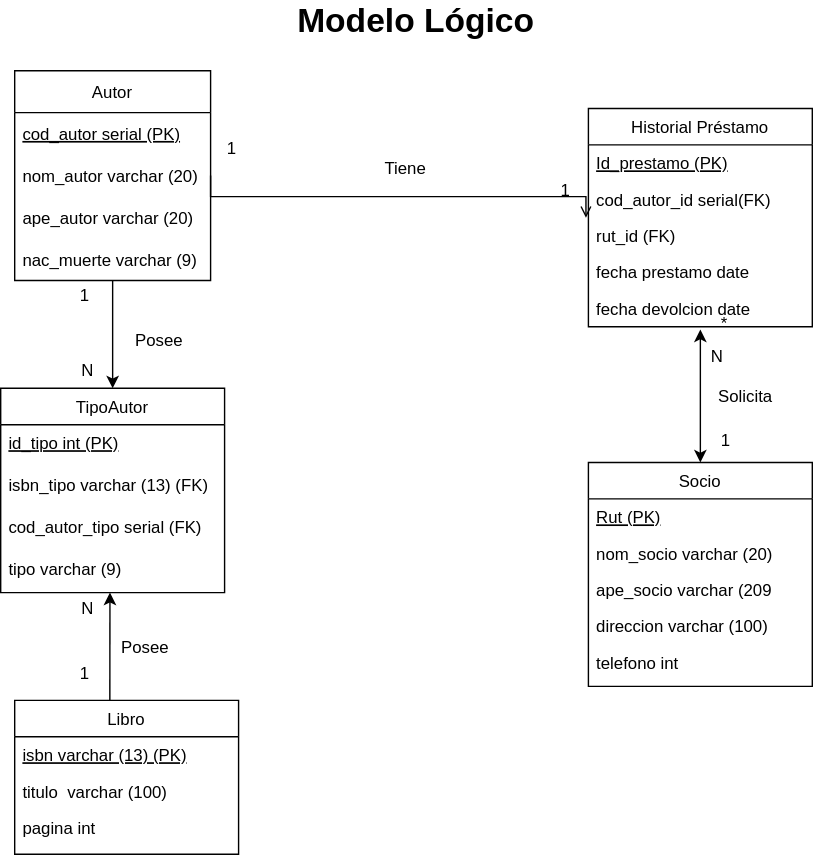
This is Modelo logico.drawio.svg from FranSantander/-Biblioteca, a draw.io export, as it was before one commit. Source tidied: cells renumbered, new cells last; positions are measured from the earlier drawing's top-left corner, leaving out a move shared by most shapes.
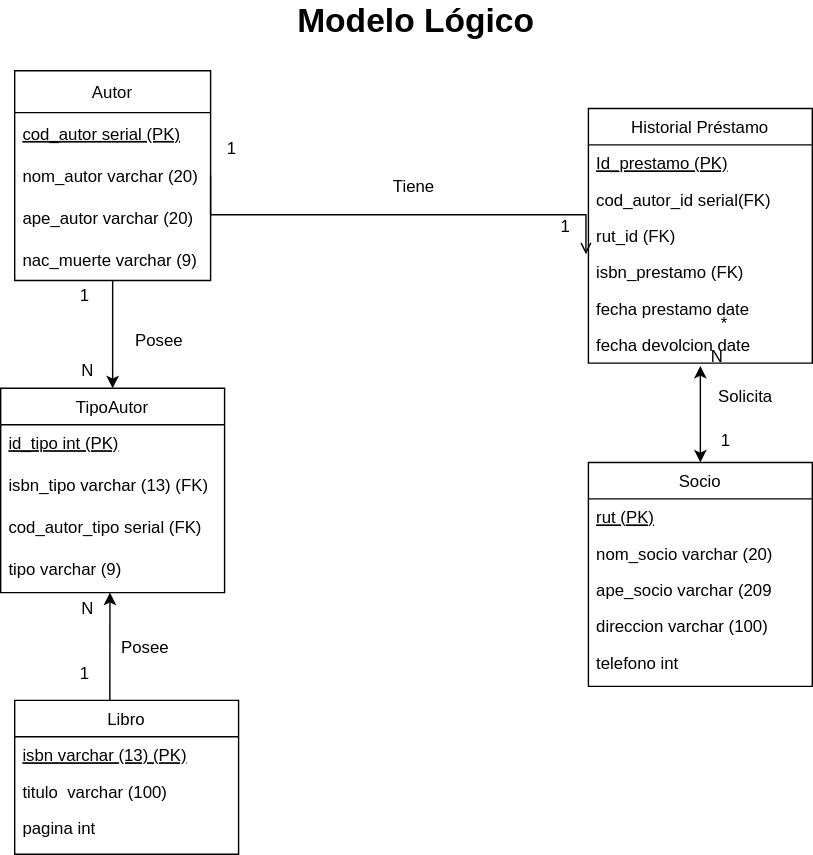
After the change.

Diff of the diagram source:
```diff
@@ -3,7 +3,7 @@
     <mxCell id="0" />
     <mxCell id="1" parent="0" />
     <mxCell id="2" value="Historial Préstamo" style="swimlane;fontStyle=0;align=center;verticalAlign=top;horizontal=1;startSize=26;rounded=0;shadow=0;strokeWidth=1;" parent="1" vertex="1">
-      <mxGeometry x="420" y="77" width="160" height="156" as="geometry" />
+      <mxGeometry x="420" y="77" width="160" height="182" as="geometry" />
     </mxCell>
     <mxCell id="3" value="Id_prestamo (PK)" style="text;align=left;verticalAlign=top;spacingLeft=4;spacingRight=4;overflow=hidden;fontStyle=4;" parent="2" vertex="1">
       <mxGeometry y="26" width="160" height="26" as="geometry" />
@@ -11,14 +11,17 @@
     <mxCell id="4" value="cod_autor_id serial(FK)" style="text;align=left;verticalAlign=top;spacingLeft=4;spacingRight=4;overflow=hidden;rounded=0;shadow=0;html=0;" parent="2" vertex="1">
       <mxGeometry y="52" width="160" height="26" as="geometry" />
     </mxCell>
+    <mxCell id="46" value="rut_id (FK)" style="text;align=left;verticalAlign=top;spacingLeft=4;spacingRight=4;overflow=hidden;rounded=0;shadow=0;html=0;" parent="2" vertex="1">
+      <mxGeometry y="78" width="160" height="26" as="geometry" />
+    </mxCell>
-    <mxCell id="5" value="rut_id (FK)" style="text;align=left;verticalAlign=top;spacingLeft=4;spacingRight=4;overflow=hidden;points=[[0,0.5],[1,0.5]];portConstraint=eastwest;rounded=0;shadow=0;html=0;" parent="2" vertex="1">
-      <mxGeometry y="78" width="160" height="26" as="geometry" />
+    <mxCell id="5" value="isbn_prestamo (FK)" style="text;align=left;verticalAlign=top;spacingLeft=4;spacingRight=4;overflow=hidden;points=[[0,0.5],[1,0.5]];portConstraint=eastwest;rounded=0;shadow=0;html=0;" parent="2" vertex="1">
+      <mxGeometry y="104" width="160" height="26" as="geometry" />
     </mxCell>
     <mxCell id="6" value="fecha prestamo date" style="text;align=left;verticalAlign=top;spacingLeft=4;spacingRight=4;overflow=hidden;fontStyle=0;" parent="2" vertex="1">
-      <mxGeometry y="104" width="160" height="26" as="geometry" />
+      <mxGeometry y="130" width="160" height="26" as="geometry" />
     </mxCell>
     <mxCell id="7" value="fecha devolcion date" style="text;align=left;verticalAlign=top;spacingLeft=4;spacingRight=4;overflow=hidden;points=[[0,0.5],[1,0.5]];portConstraint=eastwest;" parent="2" vertex="1">
-      <mxGeometry y="130" width="160" height="26" as="geometry" />
+      <mxGeometry y="156" width="160" height="26" as="geometry" />
     </mxCell>
     <mxCell id="8" style="endArrow=open;shadow=0;strokeWidth=1;rounded=0;endFill=1;edgeStyle=elbowEdgeStyle;elbow=vertical;entryX=-0.011;entryY=0.007;entryDx=0;entryDy=0;entryPerimeter=0;exitX=1;exitY=0.5;exitDx=0;exitDy=0;" parent="1" edge="1" source="32" target="5">
       <mxGeometry x="0.5" y="41" relative="1" as="geometry">
@@ -58,7 +61,7 @@
     <mxCell id="15" value="Socio" style="swimlane;fontStyle=0;align=center;verticalAlign=top;horizontal=1;startSize=26;rounded=0;shadow=0;strokeWidth=1;" parent="1" vertex="1">
       <mxGeometry x="420" y="330" width="160" height="160" as="geometry" />
     </mxCell>
-    <mxCell id="16" value="Rut (PK)" style="text;align=left;verticalAlign=top;spacingLeft=4;spacingRight=4;overflow=hidden;fontStyle=4;" parent="15" vertex="1">
+    <mxCell id="16" value="rut (PK)" style="text;align=left;verticalAlign=top;spacingLeft=4;spacingRight=4;overflow=hidden;fontStyle=4;" parent="15" vertex="1">
       <mxGeometry y="26" width="160" height="26" as="geometry" />
     </mxCell>
     <mxCell id="17" value="nom_socio varchar (20)" style="text;align=left;verticalAlign=top;spacingLeft=4;spacingRight=4;overflow=hidden;rounded=0;shadow=0;html=0;" parent="15" vertex="1">
```
